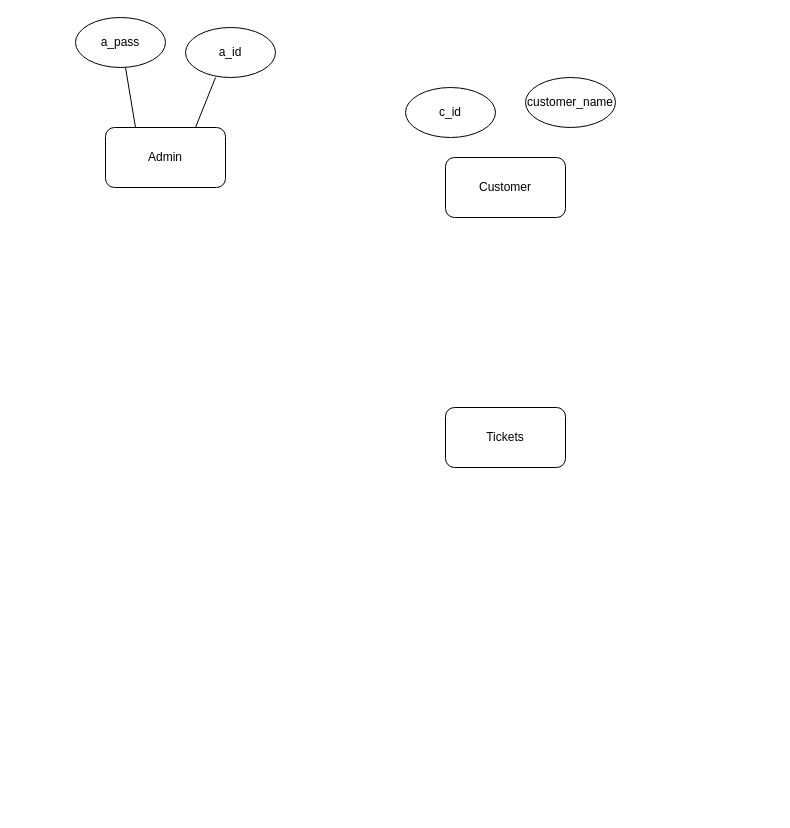
Earlier version of the draw.io diagram movie.drawio (mrashid2019/CinematicBookings). Source tidied: cells renumbered, new cells numbered last; positions are measured from the earlier drawing's top-left corner, leaving out a move shared by most shapes. Both pictures are drawn from the tidied source at 100%, with x=0, y=0 at pixel (75, 17).
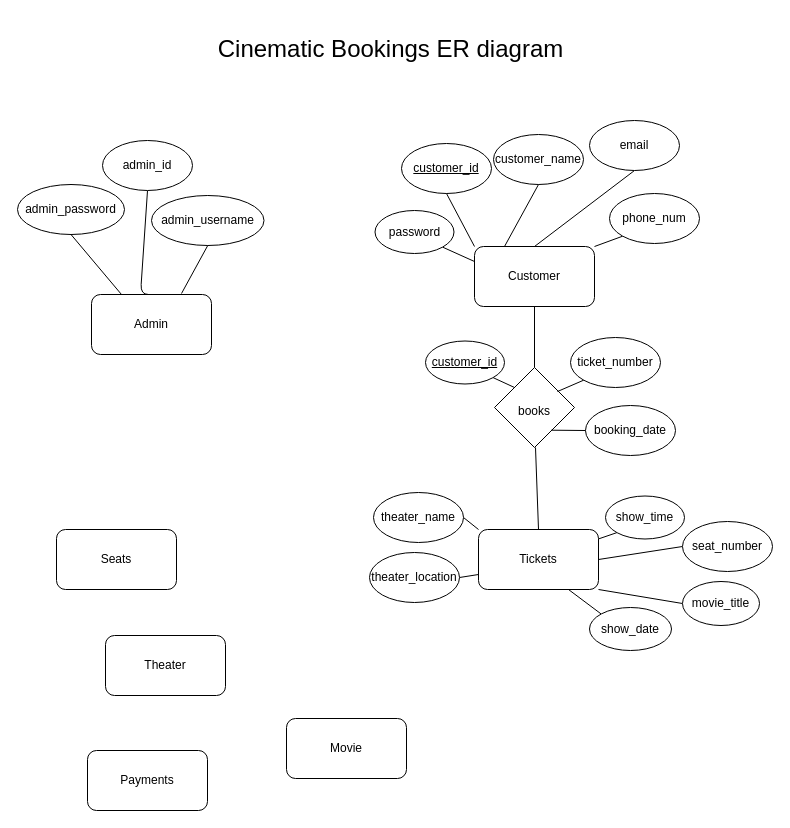
Above is the later version.

The edit, as a diff of the source:
```diff
@@
+    <mxCell id="11" style="edgeStyle=none;html=1;exitX=0.5;exitY=0;exitDx=0;exitDy=0;entryX=0.5;entryY=1;entryDx=0;entryDy=0;fontSize=12;startArrow=none;startFill=0;endArrow=none;endFill=0;" parent="1" edge="1" source="2" target="14">
+      <mxGeometry relative="1" as="geometry" />
+    </mxCell>
     <mxCell id="2" value="Customer" style="rounded=1;whiteSpace=wrap;html=1;" parent="1" vertex="1">
-      <mxGeometry x="370" y="140" width="120" height="60" as="geometry" />
+      <mxGeometry x="399" y="229" width="120" height="60" as="geometry" />
     </mxCell>
     <mxCell id="3" value="Admin" style="rounded=1;whiteSpace=wrap;html=1;" parent="1" vertex="1">
-      <mxGeometry x="30" y="110" width="120" height="60" as="geometry" />
+      <mxGeometry x="16" y="277" width="120" height="60" as="geometry" />
     </mxCell>
-    <mxCell id="4" style="endArrow=none;html=1;" parent="1" edge="1">
+    <mxCell id="4" style="endArrow=none;html=1;entryX=0.5;entryY=1;entryDx=0;entryDy=0;" parent="1" edge="1" target="5">
       <mxGeometry relative="1" as="geometry">
-        <mxPoint x="120" y="110" as="sourcePoint" />
-        <mxPoint x="140" y="60" as="targetPoint" />
+        <mxPoint x="81" y="277" as="sourcePoint" />
+        <Array as="points">
+          <mxPoint x="65" y="277" />
+        </Array>
       </mxGeometry>
     </mxCell>
-    <mxCell id="5" value="a_id" style="ellipse;whiteSpace=wrap;html=1;" parent="1" vertex="1">
-      <mxGeometry x="110" y="10" width="90" height="50" as="geometry" />
+    <mxCell id="5" value="admin_id" style="ellipse;whiteSpace=wrap;html=1;" parent="1" vertex="1">
+      <mxGeometry x="27" y="123" width="90" height="50" as="geometry" />
     </mxCell>
-    <mxCell id="6" style="endArrow=none;html=1;" parent="1" edge="1">
+    <mxCell id="6" style="endArrow=none;html=1;entryX=0.5;entryY=1;entryDx=0;entryDy=0;" parent="1" edge="1" target="7">
       <mxGeometry relative="1" as="geometry">
-        <mxPoint x="60" y="110" as="sourcePoint" />
-        <mxPoint x="50" y="50" as="targetPoint" />
+        <mxPoint x="46" y="277" as="sourcePoint" />
       </mxGeometry>
     </mxCell>
-    <mxCell id="7" value="a_pass" style="ellipse;whiteSpace=wrap;html=1;" parent="1" vertex="1">
-      <mxGeometry width="90" height="50" as="geometry" />
+    <mxCell id="7" value="admin_password" style="ellipse;whiteSpace=wrap;html=1;" parent="1" vertex="1">
+      <mxGeometry x="-58" y="167" width="107" height="50" as="geometry" />
     </mxCell>
+    <mxCell id="12" style="edgeStyle=none;html=1;exitX=1;exitY=1;exitDx=0;exitDy=0;entryX=0;entryY=0.5;entryDx=0;entryDy=0;fontSize=12;startArrow=none;startFill=0;endArrow=none;endFill=0;" parent="1" edge="1" source="8" target="18">
+      <mxGeometry relative="1" as="geometry" />
+    </mxCell>
     <mxCell id="8" value="Tickets" style="rounded=1;whiteSpace=wrap;html=1;" parent="1" vertex="1">
-      <mxGeometry x="370" y="390" width="120" height="60" as="geometry" />
+      <mxGeometry x="403" y="512" width="120" height="60" as="geometry" />
     </mxCell>
-    <mxCell id="9" value="c_id" style="ellipse;whiteSpace=wrap;html=1;" parent="1" vertex="1">
-      <mxGeometry x="330" y="70" width="90" height="50" as="geometry" />
+    <mxCell id="9" value="&lt;u&gt;customer_id&lt;/u&gt;" style="ellipse;whiteSpace=wrap;html=1;" parent="1" vertex="1">
+      <mxGeometry x="326" y="126" width="90" height="50" as="geometry" />
     </mxCell>
     <mxCell id="10" value="customer_name" style="ellipse;whiteSpace=wrap;html=1;" parent="1" vertex="1">
-      <mxGeometry x="450" y="60" width="90" height="50" as="geometry" />
+      <mxGeometry x="418" y="117" width="90" height="50" as="geometry" />
     </mxCell>
+    <mxCell id="13" value="&lt;font style=&quot;font-size: 24px&quot;&gt;Cinematic Bookings ER diagram&lt;/font&gt;" style="text;html=1;strokeColor=none;fillColor=none;align=center;verticalAlign=middle;whiteSpace=wrap;rounded=0;" parent="1" vertex="1">
+      <mxGeometry x="132" y="17" width="367" height="30" as="geometry" />
+    </mxCell>
+    <mxCell id="14" value="email" style="ellipse;whiteSpace=wrap;html=1;" parent="1" vertex="1">
+      <mxGeometry x="514" y="103" width="90" height="50" as="geometry" />
+    </mxCell>
+    <mxCell id="15" value="admin_username" style="ellipse;whiteSpace=wrap;html=1;" parent="1" vertex="1">
+      <mxGeometry x="76" y="178" width="112.5" height="50" as="geometry" />
+    </mxCell>
+    <mxCell id="16" style="edgeStyle=none;html=1;exitX=0;exitY=0;exitDx=0;exitDy=0;entryX=1;entryY=1;entryDx=0;entryDy=0;fontSize=12;startArrow=none;startFill=0;endArrow=none;endFill=0;" parent="1" edge="1" source="17" target="42">
+      <mxGeometry relative="1" as="geometry" />
+    </mxCell>
+    <mxCell id="17" value="&lt;span style=&quot;font-size: 12px&quot;&gt;books&lt;/span&gt;" style="rhombus;whiteSpace=wrap;html=1;fontSize=24;" parent="1" vertex="1">
+      <mxGeometry x="419" y="350" width="80" height="80" as="geometry" />
+    </mxCell>
+    <mxCell id="18" value="movie_title" style="ellipse;whiteSpace=wrap;html=1;" parent="1" vertex="1">
+      <mxGeometry x="607" y="564" width="77" height="44" as="geometry" />
+    </mxCell>
+    <mxCell id="19" style="edgeStyle=none;html=1;exitX=0;exitY=1;exitDx=0;exitDy=0;fontSize=12;startArrow=none;startFill=0;endArrow=none;endFill=0;" parent="1" edge="1" source="20" target="8">
+      <mxGeometry relative="1" as="geometry" />
+    </mxCell>
+    <mxCell id="20" value="show_time" style="ellipse;whiteSpace=wrap;html=1;" parent="1" vertex="1">
+      <mxGeometry x="530" y="478.5" width="79" height="43" as="geometry" />
+    </mxCell>
+    <mxCell id="21" value="ticket_number" style="ellipse;whiteSpace=wrap;html=1;" parent="1" vertex="1">
+      <mxGeometry x="495" y="320" width="90" height="50" as="geometry" />
+    </mxCell>
+    <mxCell id="22" style="edgeStyle=none;html=1;exitX=0;exitY=0;exitDx=0;exitDy=0;entryX=0.75;entryY=1;entryDx=0;entryDy=0;fontSize=12;startArrow=none;startFill=0;endArrow=none;endFill=0;" parent="1" edge="1" source="23" target="8">
+      <mxGeometry relative="1" as="geometry" />
+    </mxCell>
+    <mxCell id="23" value="show_date" style="ellipse;whiteSpace=wrap;html=1;" parent="1" vertex="1">
+      <mxGeometry x="514" y="590" width="82" height="43" as="geometry" />
+    </mxCell>
+    <mxCell id="24" style="edgeStyle=none;html=1;exitX=0;exitY=0.5;exitDx=0;exitDy=0;entryX=1;entryY=0.5;entryDx=0;entryDy=0;fontSize=12;startArrow=none;startFill=0;endArrow=none;endFill=0;" parent="1" edge="1" source="25" target="8">
+      <mxGeometry relative="1" as="geometry" />
+    </mxCell>
+    <mxCell id="25" value="seat_number" style="ellipse;whiteSpace=wrap;html=1;" parent="1" vertex="1">
+      <mxGeometry x="607" y="504" width="90" height="50" as="geometry" />
+    </mxCell>
+    <mxCell id="26" style="edgeStyle=none;html=1;exitX=1;exitY=0.5;exitDx=0;exitDy=0;entryX=0;entryY=0.75;entryDx=0;entryDy=0;fontSize=12;startArrow=none;startFill=0;endArrow=none;endFill=0;" parent="1" edge="1" source="27" target="8">
+      <mxGeometry relative="1" as="geometry" />
+    </mxCell>
+    <mxCell id="27" value="theater_location" style="ellipse;whiteSpace=wrap;html=1;" parent="1" vertex="1">
+      <mxGeometry x="294" y="535" width="90" height="50" as="geometry" />
+    </mxCell>
+    <mxCell id="28" style="edgeStyle=none;html=1;exitX=1;exitY=0.5;exitDx=0;exitDy=0;entryX=0;entryY=0;entryDx=0;entryDy=0;fontSize=12;startArrow=none;startFill=0;endArrow=none;endFill=0;" parent="1" edge="1" source="29" target="8">
+      <mxGeometry relative="1" as="geometry" />
+    </mxCell>
+    <mxCell id="29" value="theater_name" style="ellipse;whiteSpace=wrap;html=1;" parent="1" vertex="1">
+      <mxGeometry x="298" y="475" width="90" height="50" as="geometry" />
+    </mxCell>
+    <mxCell id="30" style="edgeStyle=none;html=1;exitX=0;exitY=1;exitDx=0;exitDy=0;entryX=1;entryY=0;entryDx=0;entryDy=0;fontSize=12;startArrow=none;startFill=0;endArrow=none;endFill=0;" parent="1" edge="1" source="31" target="2">
+      <mxGeometry relative="1" as="geometry" />
+    </mxCell>
+    <mxCell id="31" value="phone_num" style="ellipse;whiteSpace=wrap;html=1;" parent="1" vertex="1">
+      <mxGeometry x="534" y="176" width="90" height="50" as="geometry" />
+    </mxCell>
+    <mxCell id="32" style="endArrow=none;html=1;entryX=0.5;entryY=1;entryDx=0;entryDy=0;" parent="1" edge="1" target="2">
+      <mxGeometry relative="1" as="geometry">
+        <mxPoint x="459" y="350" as="sourcePoint" />
+      </mxGeometry>
+    </mxCell>
+    <mxCell id="33" style="endArrow=none;html=1;exitX=0.5;exitY=0;exitDx=0;exitDy=0;" parent="1" edge="1" source="8">
+      <mxGeometry relative="1" as="geometry">
+        <mxPoint x="460" y="430" as="targetPoint" />
+      </mxGeometry>
+    </mxCell>
+    <mxCell id="34" style="endArrow=none;html=1;entryX=0;entryY=1;entryDx=0;entryDy=0;" parent="1" edge="1" target="21">
+      <mxGeometry relative="1" as="geometry">
+        <mxPoint x="482" y="374" as="sourcePoint" />
+      </mxGeometry>
+    </mxCell>
+    <mxCell id="35" value="booking_date" style="ellipse;whiteSpace=wrap;html=1;" parent="1" vertex="1">
+      <mxGeometry x="510" y="388" width="90" height="50" as="geometry" />
+    </mxCell>
+    <mxCell id="36" style="endArrow=none;html=1;entryX=0;entryY=0.5;entryDx=0;entryDy=0;" parent="1" edge="1" target="35">
+      <mxGeometry relative="1" as="geometry">
+        <mxPoint x="475.8" y="412.7" as="sourcePoint" />
+      </mxGeometry>
+    </mxCell>
+    <mxCell id="37" style="endArrow=none;html=1;entryX=0.5;entryY=1;entryDx=0;entryDy=0;" parent="1" edge="1" target="15">
+      <mxGeometry relative="1" as="geometry">
+        <mxPoint x="106" y="276" as="sourcePoint" />
+      </mxGeometry>
+    </mxCell>
+    <mxCell id="38" style="endArrow=none;html=1;entryX=0.5;entryY=1;entryDx=0;entryDy=0;exitX=0;exitY=0;exitDx=0;exitDy=0;" parent="1" edge="1" source="2" target="9">
+      <mxGeometry relative="1" as="geometry" />
+    </mxCell>
+    <mxCell id="39" style="endArrow=none;html=1;entryX=0.5;entryY=1;entryDx=0;entryDy=0;exitX=0.25;exitY=0;exitDx=0;exitDy=0;" parent="1" edge="1" source="2" target="10">
+      <mxGeometry relative="1" as="geometry" />
+    </mxCell>
+    <mxCell id="40" style="edgeStyle=none;html=1;exitX=1;exitY=1;exitDx=0;exitDy=0;entryX=0;entryY=0.25;entryDx=0;entryDy=0;fontSize=12;startArrow=none;startFill=0;endArrow=none;endFill=0;" parent="1" edge="1" source="41" target="2">
+      <mxGeometry relative="1" as="geometry" />
+    </mxCell>
+    <mxCell id="41" value="password" style="ellipse;whiteSpace=wrap;html=1;" parent="1" vertex="1">
+      <mxGeometry x="299.5" y="193" width="79" height="43" as="geometry" />
+    </mxCell>
+    <mxCell id="42" value="&lt;u&gt;customer_id&lt;/u&gt;" style="ellipse;whiteSpace=wrap;html=1;" parent="1" vertex="1">
+      <mxGeometry x="350" y="323.5" width="79" height="43" as="geometry" />
+    </mxCell>
+    <mxCell id="43" value="Seats" style="rounded=1;whiteSpace=wrap;html=1;" parent="1" vertex="1">
+      <mxGeometry x="-19" y="512" width="120" height="60" as="geometry" />
+    </mxCell>
+    <mxCell id="44" value="Theater" style="rounded=1;whiteSpace=wrap;html=1;" parent="1" vertex="1">
+      <mxGeometry x="30" y="618" width="120" height="60" as="geometry" />
+    </mxCell>
+    <mxCell id="45" value="Movie" style="rounded=1;whiteSpace=wrap;html=1;" parent="1" vertex="1">
+      <mxGeometry x="211" y="701" width="120" height="60" as="geometry" />
+    </mxCell>
+    <mxCell id="46" value="Payments" style="rounded=1;whiteSpace=wrap;html=1;" parent="1" vertex="1">
+      <mxGeometry x="12" y="733" width="120" height="60" as="geometry" />
+    </mxCell>
```
